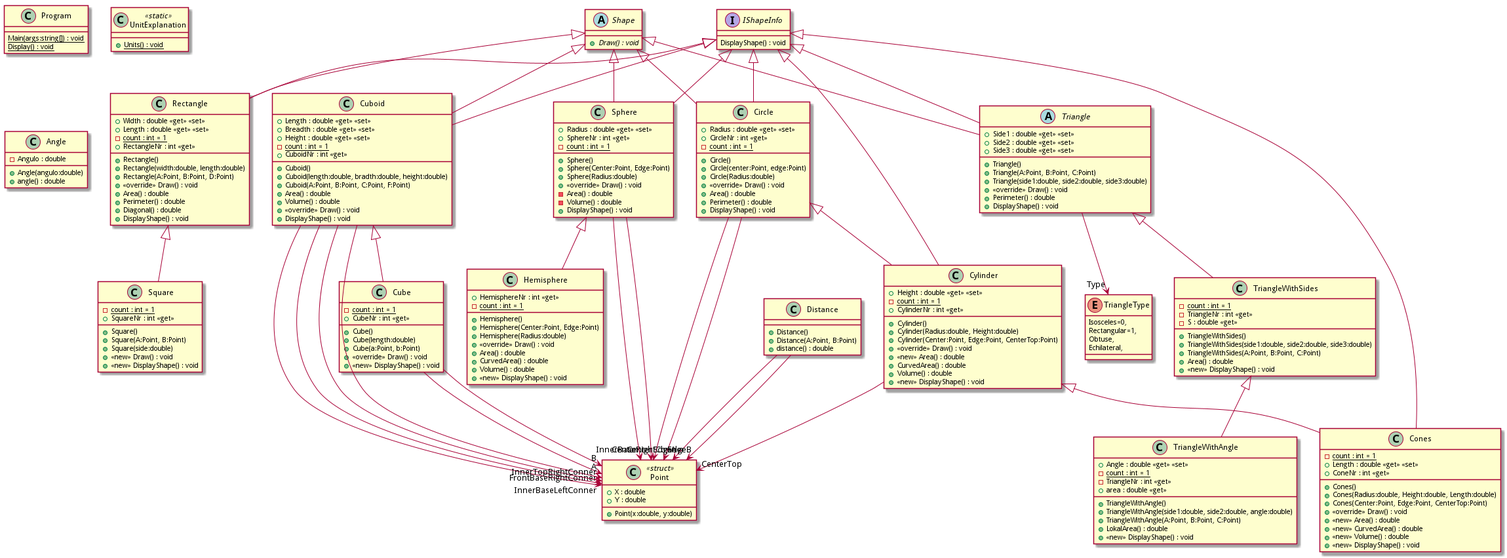
This is Shapes/include.png from mmachel/Shapes, a PlantUML export, as it was before one commit.
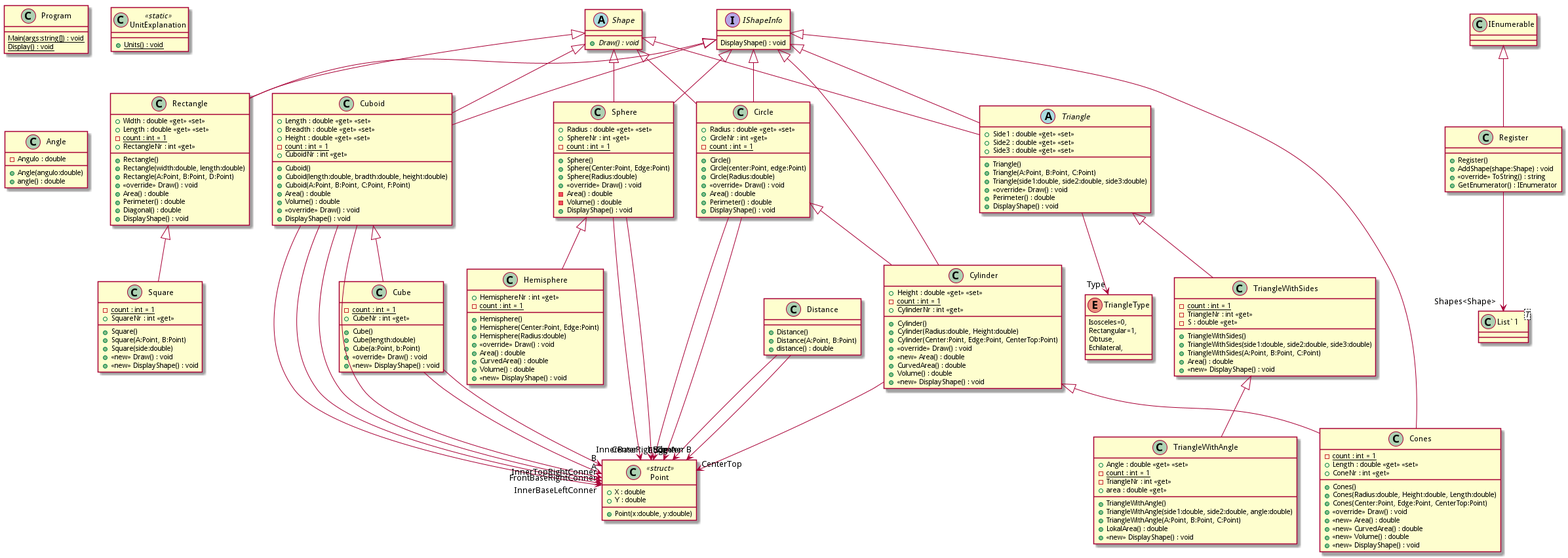
The same file after the commit.

Commit message:
Add new class diagramm

Diff of the diagram source:
```diff
@@ -20,10 +20,20 @@
 Cuboid <|-- Cube
 Cube --> "A" Point
 Cube --> "B" Point
+class Register {
+    + Register()
+    + AddShape(shape:Shape) : void
+    + <<override>> ToString() : string
+    + GetEnumerator() : IEnumerator
+}
 class Program {
     {static} Main(args:string[]) : void
     {static} Display() : void
 }
+class "List`1"<T> {
+}
+IEnumerable <|-- Register
+Register --> "Shapes<Shape>" "List`1"
 class Point <<struct>> {
     + X : double
     + Y : double
```
